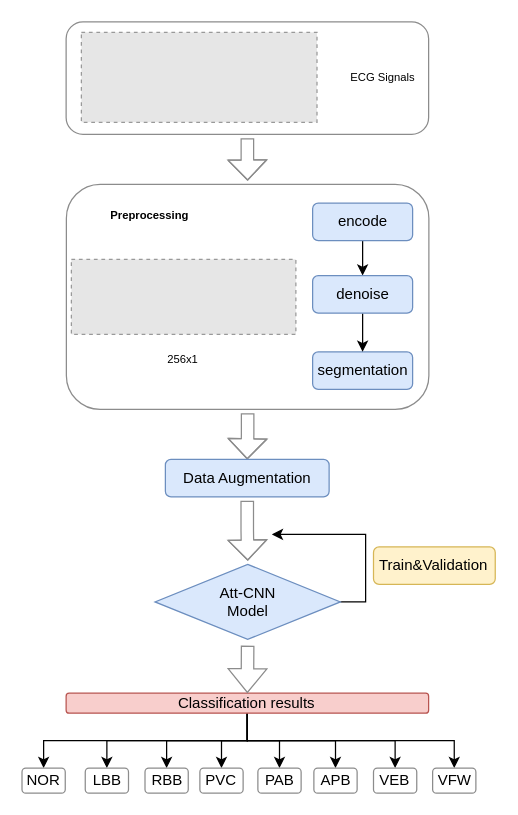
WensonLuo/Drowio keeps this draw.io diagram as CNN+ATT.drawio. Above is the earlier version. Source tidied: cells renumbered, new cells numbered last; positions are measured from the earlier drawing's top-left corner, leaving out a move shared by most shapes. Both pictures are drawn from the tidied source at 125%, with x=0, y=0 at pixel (21, 21). Pictures stored in the file or linked from it are replaced by grey dashed boxes.
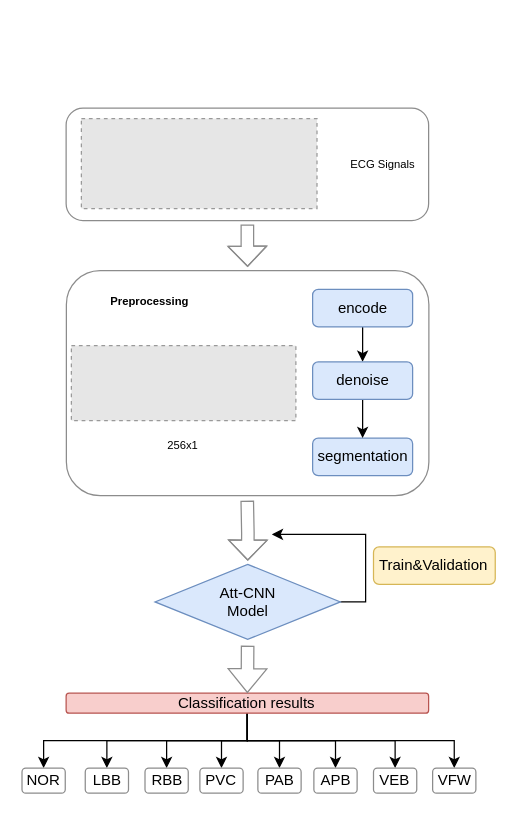
The same page after the edit.

The change refers to these unchanged cells:
```xml
<mxCell id="29" value="Att-CNN&lt;br&gt;Model" style="rhombus;whiteSpace=wrap;html=1;shadow=0;strokeColor=#6c8ebf;fillColor=#dae8fc;" parent="1" vertex="1">
  <mxGeometry x="106.5" y="434" width="148.3" height="60" as="geometry" />
</mxCell>
```

What changed in the source:
```diff
@@
-    <mxCell id="11" style="edgeStyle=orthogonalEdgeStyle;rounded=0;jettySize=auto;html=1;sourcePerimeterSpacing=3;targetPerimeterSpacing=3;strokeWidth=1;entryX=0.5;entryY=0;entryDx=0;entryDy=0;shape=flexArrow;strokeColor=#8C8C8C;startSize=5;endSize=5;" parent="1" edge="1" source="12" target="20">
-      <mxGeometry relative="1" as="geometry" />
-    </mxCell>
     <mxCell id="12" style="rounded=1;whiteSpace=wrap;html=1;strokeColor=#8C8C8C;" parent="1" vertex="1">
-      <mxGeometry x="35.6" y="130" width="290" height="180" as="geometry" />
+      <mxGeometry x="35.6" y="199" width="290" height="180" as="geometry" />
     </mxCell>
@@
     <mxCell id="15" value="encode" style="rounded=1;whiteSpace=wrap;html=1;fillColor=#dae8fc;strokeColor=#6c8ebf;" parent="1" vertex="1">
-      <mxGeometry x="232.6" y="145" width="80" height="30" as="geometry" />
+      <mxGeometry x="232.6" y="214" width="80" height="30" as="geometry" />
     </mxCell>
     <mxCell id="16" value="segmentation" style="rounded=1;whiteSpace=wrap;html=1;fillColor=#dae8fc;strokeColor=#6c8ebf;" parent="1" vertex="1">
-      <mxGeometry x="232.6" y="264" width="80" height="30" as="geometry" />
+      <mxGeometry x="232.6" y="333" width="80" height="30" as="geometry" />
     </mxCell>
@@
     <mxCell id="18" value="denoise" style="rounded=1;whiteSpace=wrap;html=1;fillColor=#dae8fc;strokeColor=#6c8ebf;" parent="1" vertex="1">
-      <mxGeometry x="232.6" y="203" width="80" height="30" as="geometry" />
+      <mxGeometry x="232.6" y="272" width="80" height="30" as="geometry" />
     </mxCell>
-    <mxCell id="19" style="edgeStyle=orthogonalEdgeStyle;rounded=0;jettySize=auto;html=1;sourcePerimeterSpacing=3;targetPerimeterSpacing=3;strokeWidth=1;shape=flexArrow;strokeColor=#8C8C8C;endSize=5;startSize=5;" parent="1" edge="1" source="20" target="29">
-      <mxGeometry relative="1" as="geometry" />
+    <mxCell id="19" style="edgeStyle=orthogonalEdgeStyle;rounded=0;jettySize=auto;html=1;sourcePerimeterSpacing=3;targetPerimeterSpacing=3;strokeWidth=1;shape=flexArrow;strokeColor=#8C8C8C;endSize=5;startSize=5;" parent="1" edge="1" target="29">
+      <mxGeometry relative="1" as="geometry">
+        <mxPoint x="180.3" y="383" as="sourcePoint" />
+      </mxGeometry>
     </mxCell>
-    <mxCell id="20" value="Data Augmentation" style="rounded=1;whiteSpace=wrap;html=1;fillColor=#dae8fc;strokeColor=#6c8ebf;" parent="1" vertex="1">
-      <mxGeometry x="114.8" y="350" width="131" height="30" as="geometry" />
-    </mxCell>
     <mxCell id="21" style="fillColor=#E6E6E6;strokeColor=#999999;dashed=1;verticalLabelPosition=bottom;labelBackgroundColor=#ffffff;verticalAlign=top;" parent="1" vertex="1">
-      <mxGeometry x="39.6" y="190" width="179.6" height="60" as="geometry" />
+      <mxGeometry x="39.6" y="259" width="179.6" height="60" as="geometry" />
     </mxCell>
     <mxCell id="22" style="group;" parent="1" vertex="1">
-      <mxGeometry x="35.4" width="292.5" height="90" as="geometry" />
+      <mxGeometry x="35.4" y="69" width="292.5" height="90" as="geometry" />
     </mxCell>
@@
     <mxCell id="26" value="256x1" style="text;html=1;strokeColor=none;fillColor=none;align=center;verticalAlign=middle;whiteSpace=wrap;rounded=0;shadow=0;glass=0;dashed=1;sketch=0;fontSize=9;" parent="1" vertex="1">
-      <mxGeometry x="94.4" y="260" width="70" height="20" as="geometry" />
+      <mxGeometry x="94.4" y="329" width="70" height="20" as="geometry" />
     </mxCell>
@@
     <mxCell id="39" value="&lt;b&gt;Preprocessing&lt;/b&gt;" style="text;html=1;strokeColor=none;fillColor=none;align=center;verticalAlign=middle;whiteSpace=wrap;rounded=0;shadow=0;glass=0;dashed=1;sketch=0;fontSize=9;" parent="1" vertex="1">
-      <mxGeometry x="63.4" y="145" width="79" height="20" as="geometry" />
+      <mxGeometry x="63.4" y="214" width="79" height="20" as="geometry" />
     </mxCell>
```
